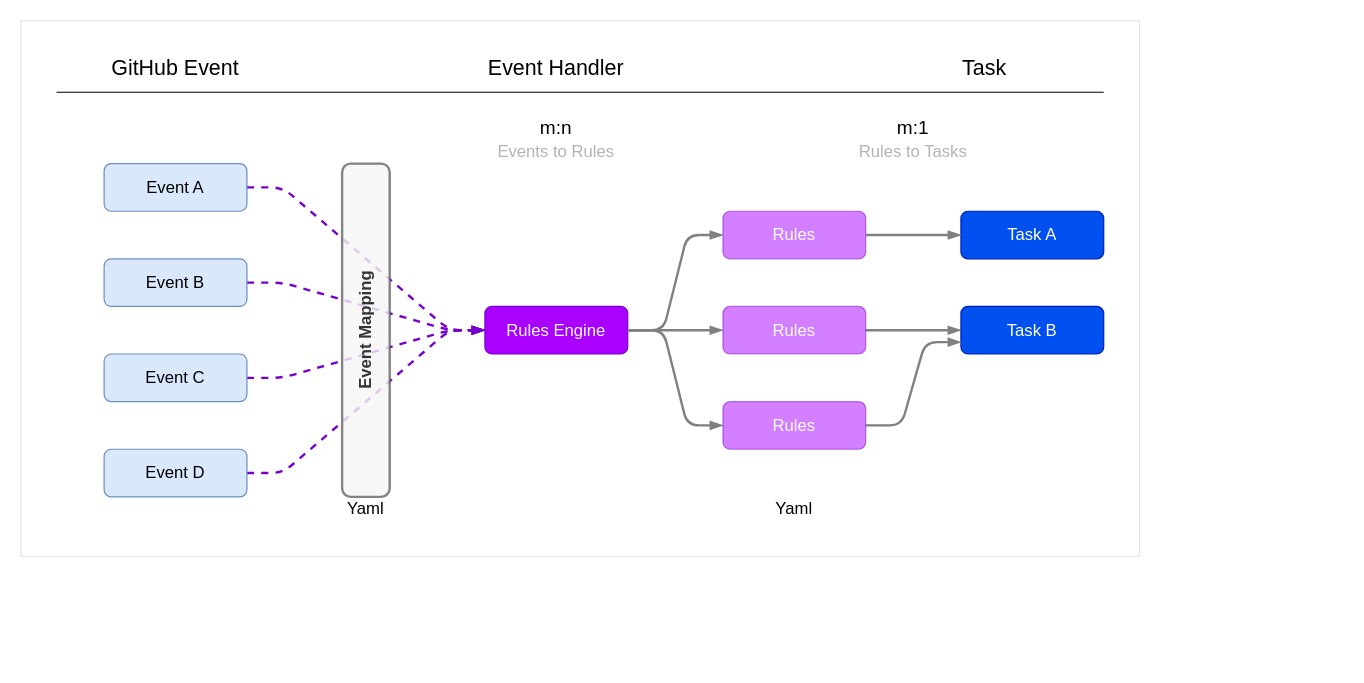
jefeish/github-regulator keeps this draw.io diagram as docs/images/RulesConcept-3.drawio. Above is the earlier version. Source tidied: cells renumbered, new cells numbered last; positions are measured from the earlier drawing's top-left corner, leaving out a move shared by most shapes. Both pictures are drawn from the tidied source at 119%, with x=0, y=0 at pixel (20, 20).
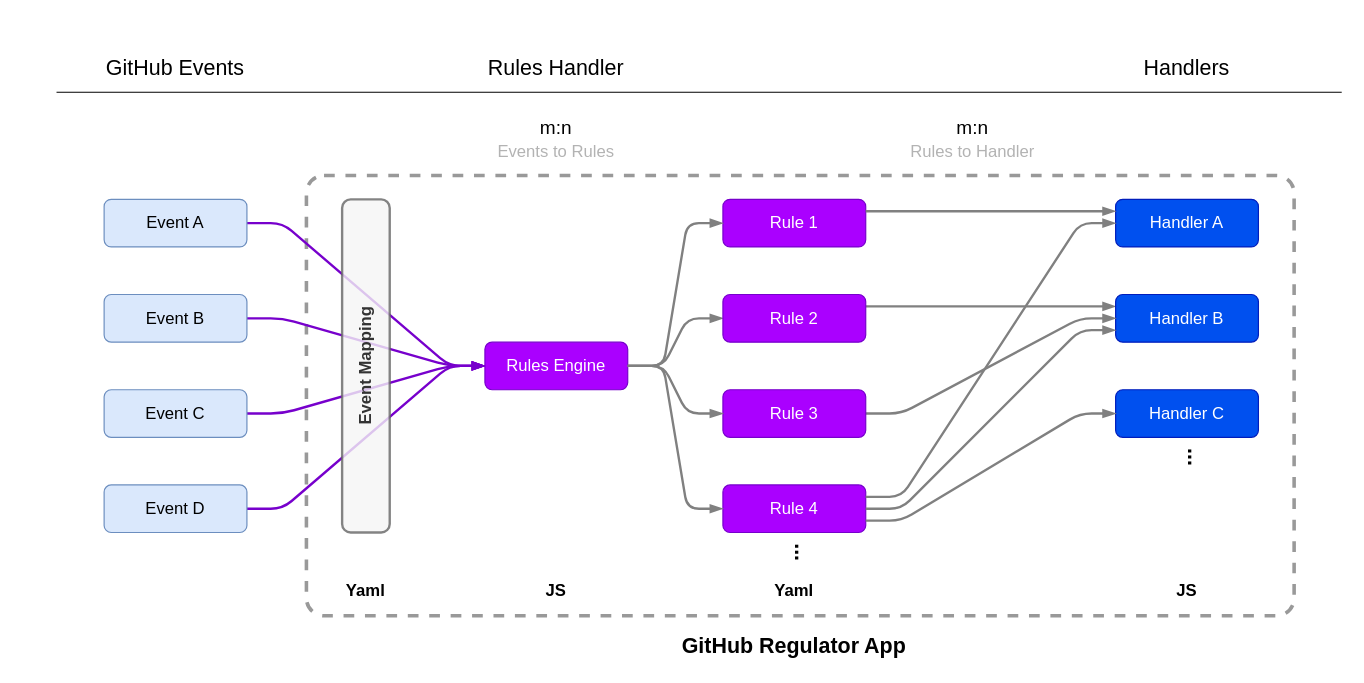
The same page after the edit.

Diff of the diagram source:
```diff
@@
-    <mxCell id="2" style="rounded=0;whiteSpace=wrap;html=1;strokeColor=#E6E6E6;" parent="1" vertex="1">
-      <mxGeometry width="940" height="450" as="geometry" />
-    </mxCell>
+    <mxCell id="34" style="rounded=1;whiteSpace=wrap;html=1;fillColor=none;gradientColor=#CCCCCC;dashed=1;arcSize=4;strokeWidth=3;strokeColor=#999999;" parent="1" vertex="1">
+      <mxGeometry x="240" y="130" width="830" height="370" as="geometry" />
+    </mxCell>
+    <mxCell id="35" value="JS" style="text;html=1;strokeColor=none;fillColor=none;align=center;verticalAlign=bottom;whiteSpace=wrap;rounded=0;fontFamily=varela round;fontSize=14;gradientColor=#CCCCCC;opacity=30;fontStyle=1;" parent="1" vertex="1">
+      <mxGeometry x="390" y="130" width="120" height="360" as="geometry" />
+    </mxCell>
+    <mxCell id="33" value="Yaml" style="text;html=1;strokeColor=none;fillColor=none;align=center;verticalAlign=bottom;whiteSpace=wrap;rounded=0;fontFamily=varela round;fontSize=14;gradientColor=#CCCCCC;opacity=30;fontStyle=1;" parent="1" vertex="1">
+      <mxGeometry x="590" y="130" width="120" height="360" as="geometry" />
+    </mxCell>
+    <mxCell id="15" value="Yaml" style="text;html=1;strokeColor=none;fillColor=none;align=center;verticalAlign=bottom;whiteSpace=wrap;rounded=0;fontFamily=varela round;fontSize=14;gradientColor=#CCCCCC;opacity=30;fontStyle=1;" parent="1" vertex="1">
+      <mxGeometry x="260" y="130" width="60" height="360" as="geometry" />
+    </mxCell>
-    <mxCell id="3" style="rounded=1;jettySize=auto;html=1;entryX=0;entryY=0.5;entryDx=0;entryDy=0;dashed=1;endArrow=blockThin;endFill=1;strokeWidth=2;fontFamily=varela round;fontSize=14;fontColor=#000000;exitX=1;exitY=0.5;exitDx=0;exitDy=0;fillColor=#aa00ff;strokeColor=#7700CC;edgeStyle=entityRelationEdgeStyle;" parent="1" edge="1" source="4" target="14">
+    <mxCell id="3" style="rounded=1;jettySize=auto;html=1;entryX=0;entryY=0.5;entryDx=0;entryDy=0;endArrow=blockThin;endFill=1;strokeWidth=2;fontFamily=varela round;fontSize=14;fontColor=#000000;exitX=1;exitY=0.5;exitDx=0;exitDy=0;fillColor=#aa00ff;strokeColor=#7700CC;edgeStyle=entityRelationEdgeStyle;" parent="1" edge="1" source="4" target="14">
       <mxGeometry relative="1" as="geometry" />
     </mxCell>
     <mxCell id="4" value="Event A" style="rounded=1;whiteSpace=wrap;html=1;fillColor=#dae8fc;strokeColor=#6c8ebf;fontFamily=varela round;fontSize=14;" parent="1" vertex="1">
-      <mxGeometry x="70" y="120" width="120" height="40" as="geometry" />
+      <mxGeometry x="70" y="150" width="120" height="40" as="geometry" />
     </mxCell>
-    <mxCell id="5" style="rounded=1;jettySize=auto;html=1;entryX=0;entryY=0.5;entryDx=0;entryDy=0;dashed=1;endArrow=blockThin;endFill=1;strokeWidth=2;fontFamily=varela round;fontSize=14;fontColor=#000000;exitX=1;exitY=0.5;exitDx=0;exitDy=0;fillColor=#aa00ff;strokeColor=#7700CC;edgeStyle=entityRelationEdgeStyle;" parent="1" edge="1" source="6" target="14">
+    <mxCell id="5" style="rounded=1;jettySize=auto;html=1;entryX=0;entryY=0.5;entryDx=0;entryDy=0;endArrow=blockThin;endFill=1;strokeWidth=2;fontFamily=varela round;fontSize=14;fontColor=#000000;exitX=1;exitY=0.5;exitDx=0;exitDy=0;fillColor=#aa00ff;strokeColor=#7700CC;edgeStyle=entityRelationEdgeStyle;" parent="1" edge="1" source="6" target="14">
       <mxGeometry relative="1" as="geometry" />
     </mxCell>
     <mxCell id="6" value="Event B" style="rounded=1;whiteSpace=wrap;html=1;fillColor=#dae8fc;strokeColor=#6c8ebf;fontFamily=varela round;fontSize=14;" parent="1" vertex="1">
-      <mxGeometry x="70" y="200" width="120" height="40" as="geometry" />
+      <mxGeometry x="70" y="230" width="120" height="40" as="geometry" />
     </mxCell>
-    <mxCell id="7" style="rounded=1;jettySize=auto;html=1;endArrow=blockThin;endFill=1;strokeWidth=2;fontFamily=varela round;fontSize=14;fontColor=#000000;dashed=1;exitX=1;exitY=0.5;exitDx=0;exitDy=0;entryX=0;entryY=0.5;entryDx=0;entryDy=0;fillColor=#aa00ff;strokeColor=#7700CC;edgeStyle=entityRelationEdgeStyle;" parent="1" edge="1" source="8" target="14">
+    <mxCell id="7" style="rounded=1;jettySize=auto;html=1;endArrow=blockThin;endFill=1;strokeWidth=2;fontFamily=varela round;fontSize=14;fontColor=#000000;exitX=1;exitY=0.5;exitDx=0;exitDy=0;entryX=0;entryY=0.5;entryDx=0;entryDy=0;fillColor=#aa00ff;strokeColor=#7700CC;edgeStyle=entityRelationEdgeStyle;" parent="1" edge="1" source="8" target="14">
       <mxGeometry relative="1" as="geometry" />
     </mxCell>
     <mxCell id="8" value="Event C" style="rounded=1;whiteSpace=wrap;html=1;fillColor=#dae8fc;strokeColor=#6c8ebf;fontFamily=varela round;fontSize=14;" parent="1" vertex="1">
-      <mxGeometry x="70" y="280" width="120" height="40" as="geometry" />
+      <mxGeometry x="70" y="310" width="120" height="40" as="geometry" />
     </mxCell>
-    <mxCell id="9" style="rounded=1;jettySize=auto;html=1;entryX=0;entryY=0.5;entryDx=0;entryDy=0;endArrow=blockThin;endFill=1;dashed=1;strokeWidth=2;fontFamily=varela round;fontSize=14;fillColor=#aa00ff;strokeColor=#7700CC;edgeStyle=entityRelationEdgeStyle;" parent="1" edge="1" source="10" target="14">
+    <mxCell id="9" style="rounded=1;jettySize=auto;html=1;entryX=0;entryY=0.5;entryDx=0;entryDy=0;endArrow=blockThin;endFill=1;strokeWidth=2;fontFamily=varela round;fontSize=14;fillColor=#aa00ff;strokeColor=#7700CC;edgeStyle=entityRelationEdgeStyle;" parent="1" edge="1" source="10" target="14">
       <mxGeometry relative="1" as="geometry" />
     </mxCell>
     <mxCell id="10" value="Event D" style="rounded=1;whiteSpace=wrap;html=1;fillColor=#dae8fc;strokeColor=#6c8ebf;fontFamily=varela round;fontSize=14;" parent="1" vertex="1">
-      <mxGeometry x="70" y="360" width="120" height="40" as="geometry" />
+      <mxGeometry x="70" y="390" width="120" height="40" as="geometry" />
     </mxCell>
     <mxCell id="11" value="Event Mapping" style="rounded=1;whiteSpace=wrap;html=1;rotation=-90;arcSize=18;fillColor=#f5f5f5;strokeColor=#666666;fontColor=#333333;opacity=80;fontSize=14;fontStyle=1;fontFamily=varela round;strokeWidth=2;" parent="1" vertex="1">
-      <mxGeometry x="150" y="240" width="280" height="40" as="geometry" />
+      <mxGeometry x="150" y="270" width="280" height="40" as="geometry" />
     </mxCell>
-    <mxCell id="12" style="rounded=1;jettySize=auto;html=1;entryX=0;entryY=0.5;entryDx=0;entryDy=0;endArrow=blockThin;endFill=1;edgeStyle=entityRelationEdgeStyle;strokeWidth=2;fontFamily=varela round;fontSize=14;strokeColor=#808080;exitX=1;exitY=0.5;exitDx=0;exitDy=0;" parent="1" edge="1" source="22" target="17">
-      <mxGeometry relative="1" as="geometry" />
+    <mxCell id="12" style="rounded=1;jettySize=auto;html=1;entryX=0;entryY=0.25;entryDx=0;entryDy=0;endArrow=blockThin;endFill=1;edgeStyle=entityRelationEdgeStyle;strokeWidth=2;fontFamily=varela round;fontSize=14;strokeColor=#808080;" parent="1" edge="1" target="17">
+      <mxGeometry relative="1" as="geometry">
+        <mxPoint x="710" y="240" as="sourcePoint" />
+      </mxGeometry>
     </mxCell>
-    <mxCell id="13" style="edgeStyle=entityRelationEdgeStyle;rounded=1;jettySize=auto;html=1;exitX=1;exitY=0.5;exitDx=0;exitDy=0;endArrow=blockThin;endFill=1;strokeWidth=2;fontFamily=varela round;fontSize=14;entryX=0;entryY=0.5;entryDx=0;entryDy=0;strokeColor=#808080;" parent="1" edge="1" source="14" target="22">
+    <mxCell id="13" style="edgeStyle=entityRelationEdgeStyle;rounded=1;jettySize=auto;html=1;endArrow=blockThin;endFill=1;strokeWidth=2;fontFamily=varela round;fontSize=14;entryX=0;entryY=0.5;entryDx=0;entryDy=0;strokeColor=#808080;" parent="1" edge="1" source="14" target="22">
       <mxGeometry relative="1" as="geometry" />
     </mxCell>
     <mxCell id="14" value="Rules Engine" style="rounded=1;whiteSpace=wrap;html=1;fillColor=#aa00ff;strokeColor=#7700CC;fontColor=#ffffff;fontFamily=varela round;fontSize=14;" parent="1" vertex="1">
-      <mxGeometry x="390" y="240" width="120" height="40" as="geometry" />
+      <mxGeometry x="390" y="270" width="120" height="40" as="geometry" />
     </mxCell>
-    <mxCell id="15" value="Yaml" style="text;html=1;strokeColor=none;fillColor=none;align=center;verticalAlign=middle;whiteSpace=wrap;rounded=0;fontFamily=varela round;fontSize=14;" parent="1" vertex="1">
-      <mxGeometry x="270" y="400" width="40" height="20" as="geometry" />
-    </mxCell>
-    <mxCell id="16" value="Task A" style="rounded=1;whiteSpace=wrap;html=1;fillColor=#0050ef;strokeColor=#001DBC;fontFamily=varela round;fontSize=14;fontColor=#ffffff;" parent="1" vertex="1">
-      <mxGeometry x="790" y="160" width="120" height="40" as="geometry" />
+    <mxCell id="16" value="Handler A" style="rounded=1;whiteSpace=wrap;html=1;fillColor=#0050ef;strokeColor=#001DBC;fontFamily=varela round;fontSize=14;fontColor=#ffffff;" parent="1" vertex="1">
+      <mxGeometry x="920" y="150" width="120" height="40" as="geometry" />
     </mxCell>
-    <mxCell id="17" value="Task B" style="rounded=1;whiteSpace=wrap;html=1;fillColor=#0050ef;strokeColor=#001DBC;fontFamily=varela round;fontSize=14;fontColor=#ffffff;" parent="1" vertex="1">
-      <mxGeometry x="790" y="240" width="120" height="40" as="geometry" />
+    <mxCell id="17" value="Handler B" style="rounded=1;whiteSpace=wrap;html=1;fillColor=#0050ef;strokeColor=#001DBC;fontFamily=varela round;fontSize=14;fontColor=#ffffff;" parent="1" vertex="1">
+      <mxGeometry x="920" y="230" width="120" height="40" as="geometry" />
     </mxCell>
-    <mxCell id="18" value="GitHub Event" style="text;html=1;strokeColor=none;fillColor=none;align=center;verticalAlign=middle;whiteSpace=wrap;rounded=0;opacity=50;fontFamily=varela round;fontSize=18;" parent="1" vertex="1">
-      <mxGeometry x="70" y="30" width="120" height="20" as="geometry" />
+    <mxCell id="18" value="GitHub Events" style="text;html=1;strokeColor=none;fillColor=none;align=center;verticalAlign=middle;whiteSpace=wrap;rounded=0;opacity=50;fontFamily=varela round;fontSize=18;" parent="1" vertex="1">
+      <mxGeometry x="60" y="30" width="140" height="20" as="geometry" />
     </mxCell>
-    <mxCell id="19" value="Event Handler" style="text;html=1;strokeColor=none;fillColor=none;align=center;verticalAlign=middle;whiteSpace=wrap;rounded=0;opacity=50;fontFamily=varela round;fontSize=18;" parent="1" vertex="1">
+    <mxCell id="19" value="Rules Handler" style="text;html=1;strokeColor=none;fillColor=none;align=center;verticalAlign=middle;whiteSpace=wrap;rounded=0;opacity=50;fontFamily=varela round;fontSize=18;" parent="1" vertex="1">
       <mxGeometry x="365" y="30" width="170" height="20" as="geometry" />
     </mxCell>
-    <mxCell id="20" value="Task" style="text;html=1;strokeColor=none;fillColor=none;align=center;verticalAlign=middle;whiteSpace=wrap;rounded=0;opacity=50;fontFamily=varela round;fontSize=18;" parent="1" vertex="1">
-      <mxGeometry x="750" y="30" width="120" height="20" as="geometry" />
+    <mxCell id="20" value="Handlers" style="text;html=1;strokeColor=none;fillColor=none;align=center;verticalAlign=middle;whiteSpace=wrap;rounded=0;opacity=50;fontFamily=varela round;fontSize=18;" parent="1" vertex="1">
+      <mxGeometry x="920" y="30" width="120" height="20" as="geometry" />
     </mxCell>
-    <mxCell id="21" style="edgeStyle=entityRelationEdgeStyle;rounded=1;jettySize=auto;html=1;endArrow=blockThin;endFill=1;strokeWidth=2;fontFamily=varela round;fontSize=14;fontColor=#000000;entryX=0;entryY=0.75;entryDx=0;entryDy=0;strokeColor=#808080;exitX=1;exitY=0.5;exitDx=0;exitDy=0;" parent="1" edge="1" source="25" target="17">
+    <mxCell id="21" style="edgeStyle=entityRelationEdgeStyle;rounded=1;jettySize=auto;html=1;endArrow=blockThin;endFill=1;strokeWidth=2;fontFamily=varela round;fontSize=14;fontColor=#000000;entryX=0;entryY=0.5;entryDx=0;entryDy=0;strokeColor=#808080;exitX=1;exitY=0.5;exitDx=0;exitDy=0;" parent="1" edge="1" source="25" target="17">
       <mxGeometry relative="1" as="geometry" />
     </mxCell>
-    <mxCell id="22" value="Rules" style="rounded=1;whiteSpace=wrap;html=1;fillColor=#aa00ff;strokeColor=#7700CC;fontColor=#FFFFFF;fontFamily=varela round;fontSize=14;opacity=50;" parent="1" vertex="1">
-      <mxGeometry x="590" y="240" width="120" height="40" as="geometry" />
+    <mxCell id="22" value="Rule 2" style="rounded=1;whiteSpace=wrap;html=1;fillColor=#aa00ff;strokeColor=#7700CC;fontColor=#FFFFFF;fontFamily=varela round;fontSize=14;" parent="1" vertex="1">
+      <mxGeometry x="590" y="230" width="120" height="40" as="geometry" />
     </mxCell>
-    <mxCell id="23" value="Rules" style="rounded=1;whiteSpace=wrap;html=1;fillColor=#aa00ff;strokeColor=#7700CC;fontColor=#FFFFFF;fontFamily=varela round;fontSize=14;opacity=50;" parent="1" vertex="1">
-      <mxGeometry x="590" y="160" width="120" height="40" as="geometry" />
+    <mxCell id="23" value="Rule 1" style="rounded=1;whiteSpace=wrap;html=1;fillColor=#aa00ff;strokeColor=#7700CC;fontColor=#FFFFFF;fontFamily=varela round;fontSize=14;" parent="1" vertex="1">
+      <mxGeometry x="590" y="150" width="120" height="40" as="geometry" />
     </mxCell>
-    <mxCell id="24" style="edgeStyle=entityRelationEdgeStyle;html=1;strokeColor=#808080;endArrow=blockThin;endFill=1;strokeWidth=2;exitX=1;exitY=0.5;exitDx=0;exitDy=0;entryX=0;entryY=0.5;entryDx=0;entryDy=0;" parent="1" edge="1" source="23" target="16">
+    <mxCell id="24" style="edgeStyle=entityRelationEdgeStyle;html=1;strokeColor=#808080;endArrow=blockThin;endFill=1;strokeWidth=2;exitX=1;exitY=0.25;exitDx=0;exitDy=0;entryX=0;entryY=0.25;entryDx=0;entryDy=0;" parent="1" edge="1" source="23" target="16">
       <mxGeometry relative="1" as="geometry" />
     </mxCell>
-    <mxCell id="25" value="Rules" style="rounded=1;whiteSpace=wrap;html=1;fillColor=#aa00ff;strokeColor=#7700CC;fontColor=#FFFFFF;fontFamily=varela round;fontSize=14;opacity=50;" parent="1" vertex="1">
-      <mxGeometry x="590" y="320" width="120" height="40" as="geometry" />
+    <mxCell id="25" value="Rule 3" style="rounded=1;whiteSpace=wrap;html=1;fillColor=#aa00ff;strokeColor=#7700CC;fontColor=#FFFFFF;fontFamily=varela round;fontSize=14;" parent="1" vertex="1">
+      <mxGeometry x="590" y="310" width="120" height="40" as="geometry" />
     </mxCell>
-    <mxCell id="26" value="m:1" style="text;html=1;strokeColor=none;fillColor=none;align=center;verticalAlign=middle;whiteSpace=wrap;rounded=0;opacity=50;fontFamily=varela round;fontSize=16;" parent="1" vertex="1">
-      <mxGeometry x="690" y="80" width="120" height="20" as="geometry" />
+    <mxCell id="26" value="m:n" style="text;html=1;strokeColor=none;fillColor=none;align=center;verticalAlign=middle;whiteSpace=wrap;rounded=0;opacity=50;fontFamily=varela round;fontSize=16;" parent="1" vertex="1">
+      <mxGeometry x="740" y="80" width="120" height="20" as="geometry" />
     </mxCell>
     <mxCell id="27" style="endArrow=none;html=1;rounded=1;fontSize=18;" parent="1" edge="1">
       <mxGeometry relative="1" as="geometry">
         <mxPoint x="30" y="60" as="sourcePoint" />
-        <mxPoint x="910" y="60" as="targetPoint" />
+        <mxPoint x="1110" y="60" as="targetPoint" />
       </mxGeometry>
     </mxCell>
@@
-    <mxCell id="30" value="&lt;font color=&quot;#b3b3b3&quot;&gt;Rules to Tasks&lt;/font&gt;" style="text;html=1;strokeColor=none;fillColor=none;align=center;verticalAlign=middle;whiteSpace=wrap;rounded=0;opacity=50;fontFamily=varela round;fontSize=14;fontColor=#808080;" parent="1" vertex="1">
-      <mxGeometry x="690" y="100" width="120" height="20" as="geometry" />
+    <mxCell id="30" value="&lt;font color=&quot;#b3b3b3&quot;&gt;Rules to Handler&lt;/font&gt;" style="text;html=1;strokeColor=none;fillColor=none;align=center;verticalAlign=middle;whiteSpace=wrap;rounded=0;opacity=50;fontFamily=varela round;fontSize=14;fontColor=#808080;" parent="1" vertex="1">
+      <mxGeometry x="640" y="100" width="320" height="20" as="geometry" />
     </mxCell>
@@
-    <mxCell id="32" style="edgeStyle=entityRelationEdgeStyle;rounded=1;jettySize=auto;html=1;exitX=1;exitY=0.5;exitDx=0;exitDy=0;endArrow=blockThin;endFill=1;strokeWidth=2;fontFamily=varela round;fontSize=14;entryX=0;entryY=0.5;entryDx=0;entryDy=0;strokeColor=#808080;" parent="1" edge="1" source="14" target="23">
+    <mxCell id="32" style="edgeStyle=entityRelationEdgeStyle;rounded=1;jettySize=auto;html=1;endArrow=blockThin;endFill=1;strokeWidth=2;fontFamily=varela round;fontSize=14;entryX=0;entryY=0.5;entryDx=0;entryDy=0;strokeColor=#808080;" parent="1" edge="1" source="14" target="23">
       <mxGeometry relative="1" as="geometry" />
     </mxCell>
-    <mxCell id="33" value="Yaml" style="text;html=1;strokeColor=none;fillColor=none;align=center;verticalAlign=middle;whiteSpace=wrap;rounded=0;fontFamily=varela round;fontSize=14;" parent="1" vertex="1">
-      <mxGeometry x="630" y="400" width="40" height="20" as="geometry" />
-    </mxCell>
+    <mxCell id="36" value="Handler C" style="rounded=1;whiteSpace=wrap;html=1;fillColor=#0050ef;strokeColor=#001DBC;fontFamily=varela round;fontSize=14;fontColor=#ffffff;" parent="1" vertex="1">
+      <mxGeometry x="920" y="310" width="120" height="40" as="geometry" />
+    </mxCell>
+    <mxCell id="37" value="Rule 4" style="rounded=1;whiteSpace=wrap;html=1;fillColor=#aa00ff;strokeColor=#7700CC;fontColor=#FFFFFF;fontFamily=varela round;fontSize=14;" parent="1" vertex="1">
+      <mxGeometry x="590" y="390" width="120" height="40" as="geometry" />
+    </mxCell>
+    <mxCell id="38" style="edgeStyle=entityRelationEdgeStyle;rounded=1;jettySize=auto;html=1;exitX=1;exitY=0.5;exitDx=0;exitDy=0;endArrow=blockThin;endFill=1;strokeWidth=2;fontFamily=varela round;fontSize=14;strokeColor=#808080;" parent="1" edge="1" source="14" target="37">
+      <mxGeometry relative="1" as="geometry" />
+    </mxCell>
+    <mxCell id="39" style="edgeStyle=entityRelationEdgeStyle;rounded=1;jettySize=auto;html=1;endArrow=blockThin;endFill=1;strokeWidth=2;fontFamily=varela round;fontSize=14;fontColor=#000000;entryX=0;entryY=0.5;entryDx=0;entryDy=0;strokeColor=#808080;exitX=1;exitY=0.75;exitDx=0;exitDy=0;" parent="1" edge="1" source="37" target="36">
+      <mxGeometry relative="1" as="geometry" />
+    </mxCell>
+    <mxCell id="40" style="edgeStyle=entityRelationEdgeStyle;rounded=1;jettySize=auto;html=1;endArrow=blockThin;endFill=1;strokeWidth=2;fontFamily=varela round;fontSize=14;fontColor=#000000;strokeColor=#808080;exitX=1;exitY=0.5;exitDx=0;exitDy=0;entryX=0;entryY=0.361;entryDx=0;entryDy=0;entryPerimeter=0;" parent="1" edge="1" source="37" target="42">
+      <mxGeometry relative="1" as="geometry" />
+    </mxCell>
+    <mxCell id="41" style="edgeStyle=entityRelationEdgeStyle;rounded=1;jettySize=auto;html=1;endArrow=blockThin;endFill=1;strokeWidth=2;fontFamily=varela round;fontSize=14;fontColor=#000000;strokeColor=#808080;" parent="1" edge="1" target="16">
+      <mxGeometry relative="1" as="geometry">
+        <mxPoint x="710" y="400" as="sourcePoint" />
+      </mxGeometry>
+    </mxCell>
+    <mxCell id="42" value="JS" style="text;html=1;strokeColor=none;fillColor=none;align=center;verticalAlign=bottom;whiteSpace=wrap;rounded=0;fontFamily=varela round;fontSize=14;gradientColor=#CCCCCC;opacity=30;fontStyle=1;" parent="1" vertex="1">
+      <mxGeometry x="920" y="130" width="120" height="360" as="geometry" />
+    </mxCell>
+    <mxCell id="43" value="GitHub Regulator App" style="text;html=1;strokeColor=none;fillColor=none;align=center;verticalAlign=bottom;whiteSpace=wrap;rounded=0;fontFamily=varela round;fontSize=18;gradientColor=#CCCCCC;opacity=30;fontStyle=1;" parent="1" vertex="1">
+      <mxGeometry x="550" y="500" width="200" height="40" as="geometry" />
+    </mxCell>
+    <mxCell id="44" value="..." style="text;html=1;strokeColor=none;fillColor=none;align=center;verticalAlign=bottom;whiteSpace=wrap;rounded=0;fontFamily=varela round;fontSize=18;gradientColor=#CCCCCC;opacity=30;fontStyle=1;rotation=90;" parent="1" vertex="1">
+      <mxGeometry x="920" y="360" width="120" height="13" as="geometry" />
+    </mxCell>
+    <mxCell id="45" value="..." style="text;html=1;strokeColor=none;fillColor=none;align=center;verticalAlign=bottom;whiteSpace=wrap;rounded=0;fontFamily=varela round;fontSize=18;gradientColor=#CCCCCC;opacity=30;fontStyle=1;rotation=90;" parent="1" vertex="1">
+      <mxGeometry x="590" y="440" width="120" height="13" as="geometry" />
+    </mxCell>
```
